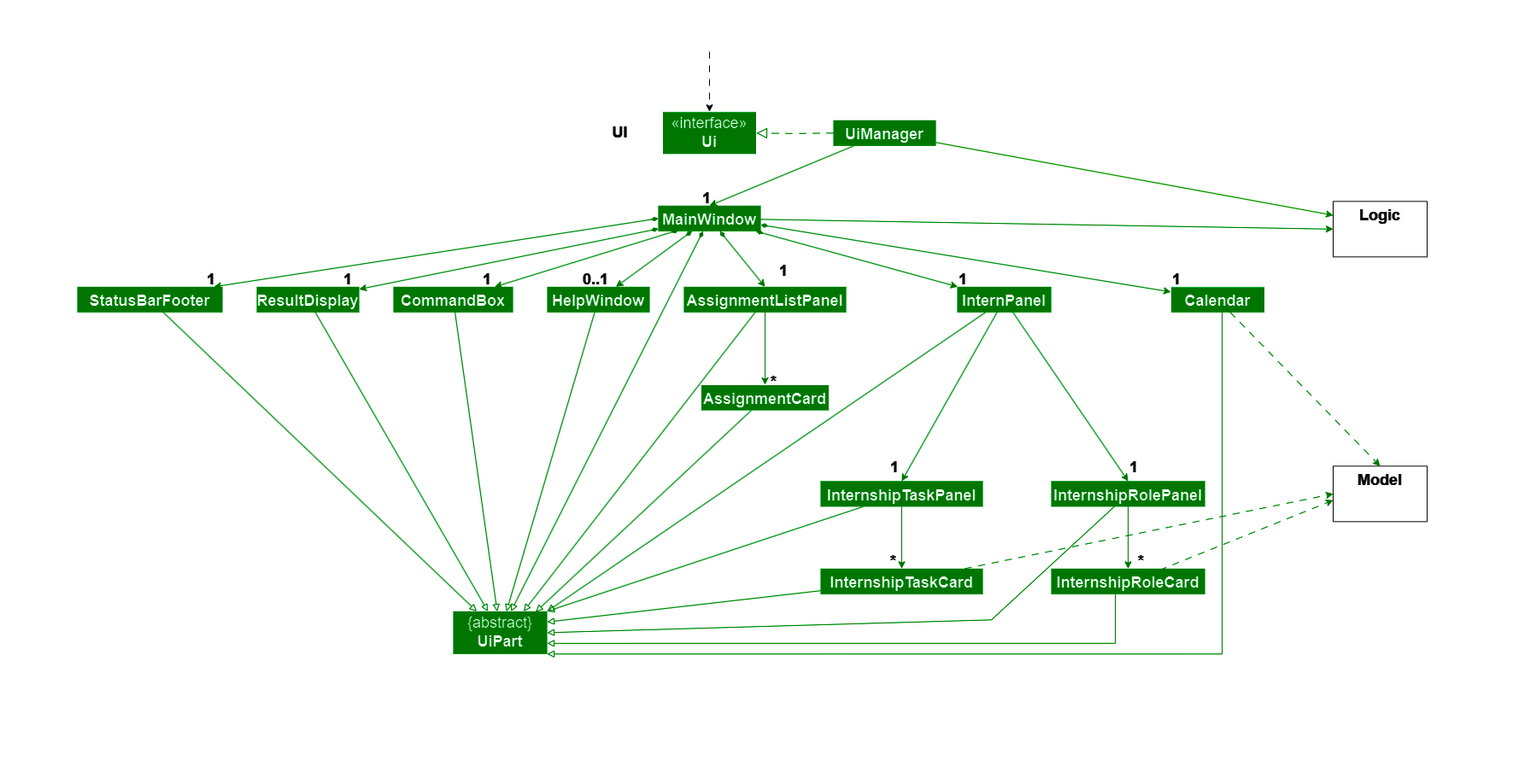
Above: docs/images/UiClassDiagram.png in AY2324S1-CS2103T-T12-3/tp (draw.io), before the change. Source tidied: cells renumbered, new cells last; positions are measured from the earlier drawing's top-left corner, leaving out a move shared by most shapes.
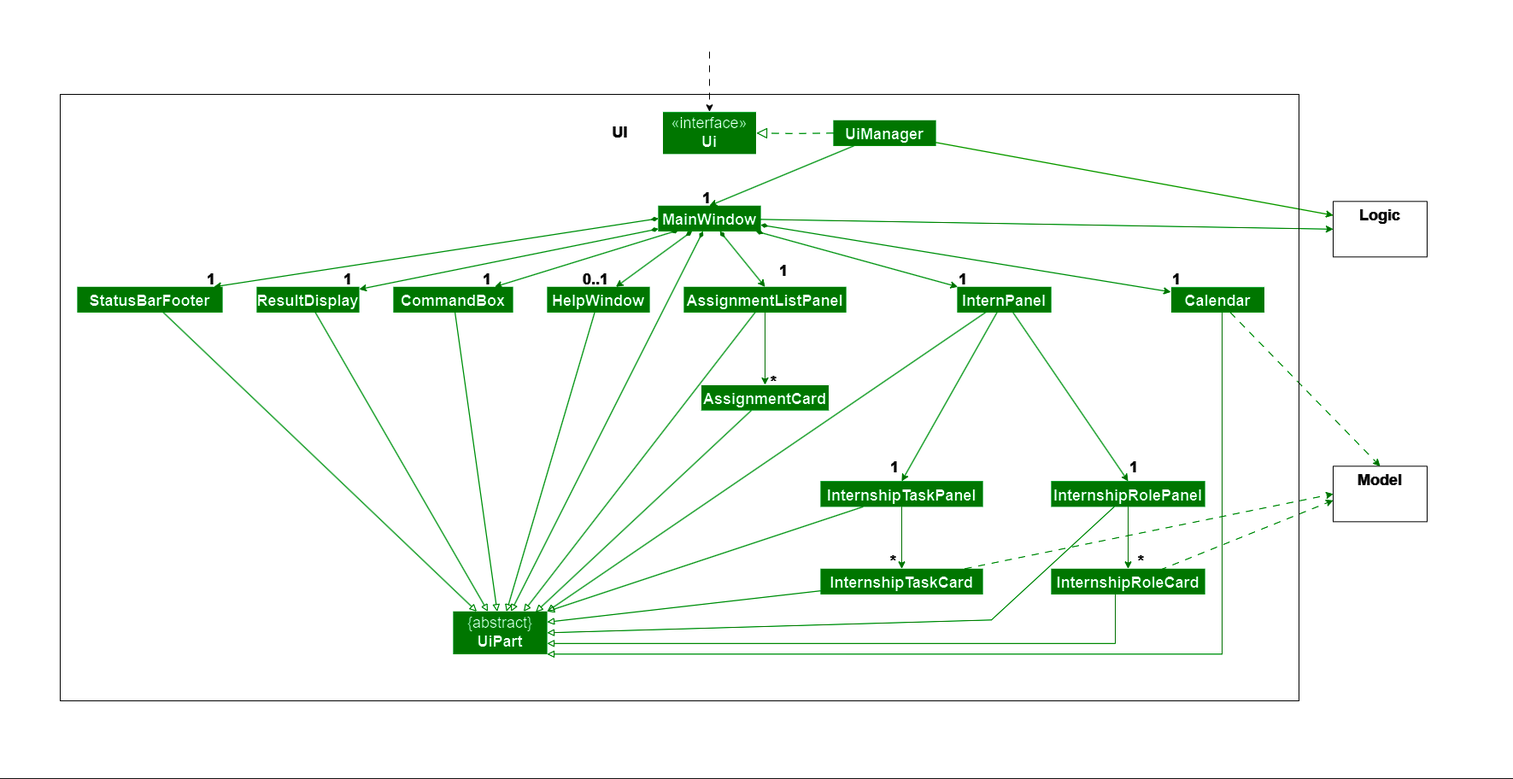
Later version of the same file.

Commit message:
Add mising outline box

What changed in the source:
```diff
@@ -244,5 +244,8 @@
     <mxCell id="70" value="&lt;h5 style=&quot;border-color: var(--border-color); font-family: Helvetica; font-style: normal; font-variant-ligatures: normal; font-variant-caps: normal; letter-spacing: normal; orphans: 2; text-align: center; text-indent: 0px; text-transform: none; widows: 2; word-spacing: 0px; -webkit-text-stroke-width: 0px; text-decoration-thickness: initial; text-decoration-style: initial; text-decoration-color: initial; font-size: 18px;&quot;&gt;0..1&lt;/h5&gt;" style="text;whiteSpace=wrap;html=1;fontSize=18;fontFamily=Helvetica;fontColor=#FFFFFF;labelBackgroundColor=none;" parent="1" vertex="1">
       <mxGeometry x="680" y="280" width="10" height="30" as="geometry" />
     </mxCell>
+    <mxCell id="71" style="rounded=0;whiteSpace=wrap;html=1;fillColor=none;strokeColor=#FFFFFF;" parent="1" vertex="1">
+      <mxGeometry x="70" y="110" width="1450" height="710" as="geometry" />
+    </mxCell>
   </root>
 </mxGraphModel>
```
